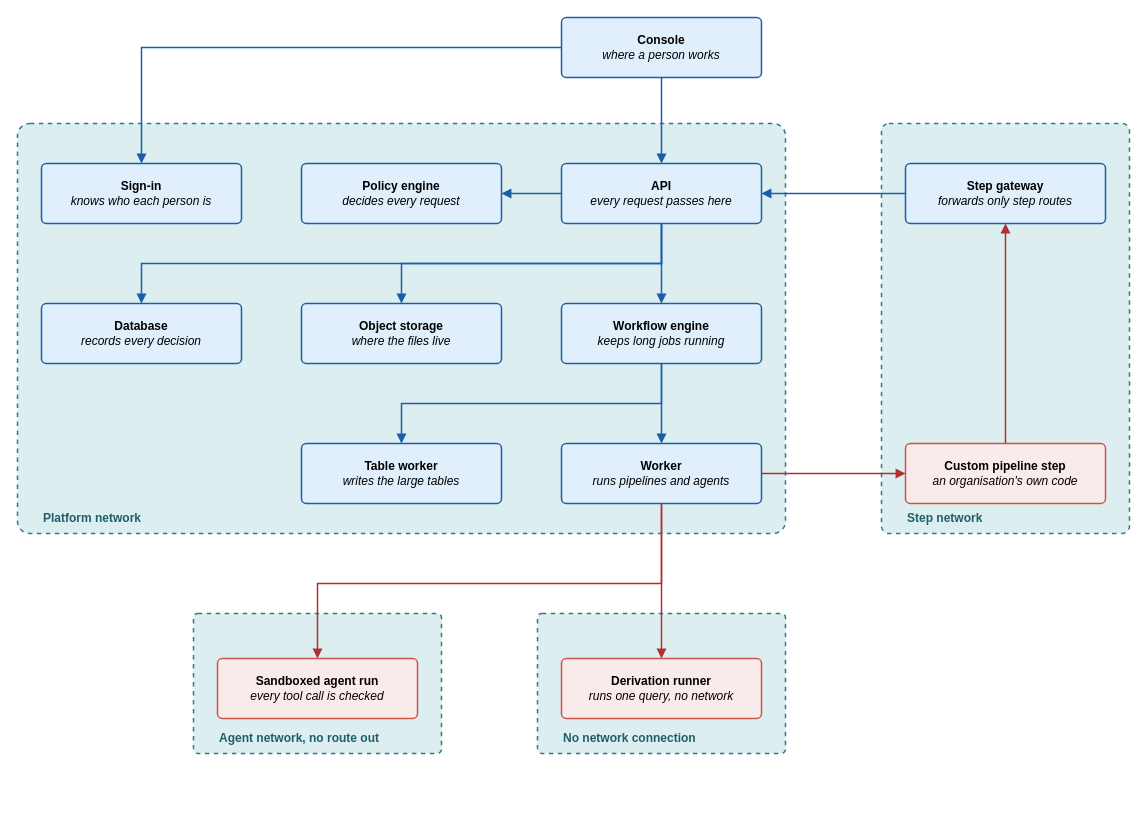
The draw.io diagram docs/public/diagrams/system-architecture.drawio in albinjacob/munitas, before the edit. Source tidied: cells renumbered, new cells numbered last; positions are measured from the earlier drawing's top-left corner, leaving out a move shared by most shapes. Both pictures are drawn from the tidied source at 100%, with x=0, y=0 at pixel (17, 17).
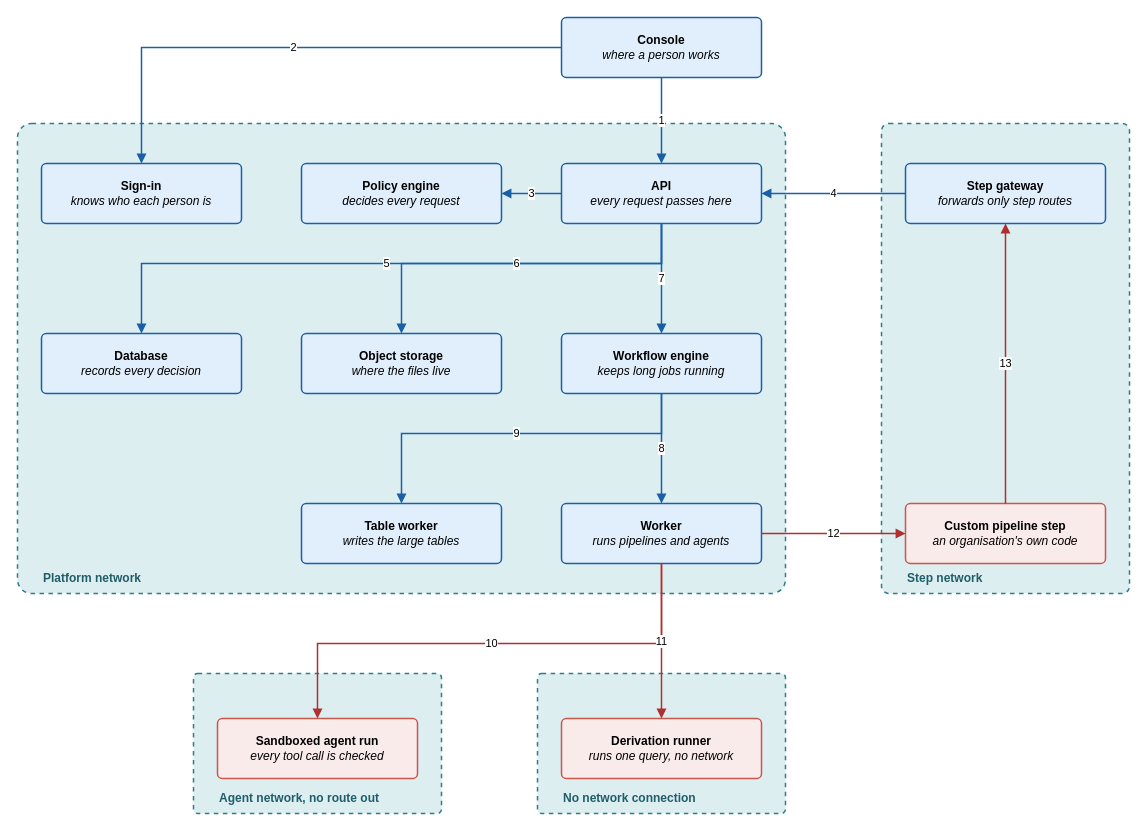
Above is the later version.

Unchanged cells that the change refers to:
```xml
<mxCell id="6" value="&lt;b&gt;Console&lt;/b&gt;&lt;br&gt;&lt;i&gt;where a person works&lt;/i&gt;" style="rounded=1;arcSize=8;whiteSpace=wrap;html=1;fillColor=#E1EEFC;strokeColor=#1A5FA8;strokeWidth=1.5;fontSize=12;" parent="1" vertex="1">
  <mxGeometry x="544" width="200" height="60" as="geometry" />
</mxCell>
<mxCell id="7" value="&lt;b&gt;Sign-in&lt;/b&gt;&lt;br&gt;&lt;i&gt;knows who each person is&lt;/i&gt;" style="rounded=1;arcSize=8;whiteSpace=wrap;html=1;fillColor=#E1EEFC;strokeColor=#1A5FA8;strokeWidth=1.5;fontSize=12;" parent="2" vertex="1">
  <mxGeometry x="24" y="40" width="200" height="60" as="geometry" />
</mxCell>
<mxCell id="8" value="&lt;b&gt;Policy engine&lt;/b&gt;&lt;br&gt;&lt;i&gt;decides every request&lt;/i&gt;" style="rounded=1;arcSize=8;whiteSpace=wrap;html=1;fillColor=#E1EEFC;strokeColor=#1A5FA8;strokeWidth=1.5;fontSize=12;" parent="2" vertex="1">
  <mxGeometry x="284" y="40" width="200" height="60" as="geometry" />
</mxCell>
<mxCell id="9" value="&lt;b&gt;API&lt;/b&gt;&lt;br&gt;&lt;i&gt;every request passes here&lt;/i&gt;" style="rounded=1;arcSize=8;whiteSpace=wrap;html=1;fillColor=#E1EEFC;strokeColor=#1A5FA8;strokeWidth=1.5;fontSize=12;" parent="2" vertex="1">
  <mxGeometry x="544" y="40" width="200" height="60" as="geometry" />
</mxCell>
<mxCell id="15" value="&lt;b&gt;Step gateway&lt;/b&gt;&lt;br&gt;&lt;i&gt;forwards only step routes&lt;/i&gt;" style="rounded=1;arcSize=8;whiteSpace=wrap;html=1;fillColor=#E1EEFC;strokeColor=#1A5FA8;strokeWidth=1.5;fontSize=12;" parent="3" vertex="1">
  <mxGeometry x="24" y="40" width="200" height="60" as="geometry" />
</mxCell>
<mxCell id="17" value="&lt;b&gt;Sandboxed agent run&lt;/b&gt;&lt;br&gt;&lt;i&gt;every tool call is checked&lt;/i&gt;" style="rounded=1;arcSize=8;whiteSpace=wrap;html=1;fillColor=#FAEBEB;strokeColor=#C9564A;strokeWidth=1.5;fontSize=12;" parent="4" vertex="1">
  <mxGeometry x="24" y="45" width="200" height="60" as="geometry" />
</mxCell>
<mxCell id="18" value="&lt;b&gt;Derivation runner&lt;/b&gt;&lt;br&gt;&lt;i&gt;runs one query, no network&lt;/i&gt;" style="rounded=1;arcSize=8;whiteSpace=wrap;html=1;fillColor=#FAEBEB;strokeColor=#C9564A;strokeWidth=1.5;fontSize=12;" parent="5" vertex="1">
  <mxGeometry x="24" y="45" width="200" height="60" as="geometry" />
</mxCell>
```

The edit, as a diff of the source:
```diff
@@
     <mxCell id="2" value="Platform network" style="rounded=1;arcSize=3;whiteSpace=wrap;html=1;dashed=1;verticalAlign=bottom;align=left;spacingLeft=24;spacingBottom=6;fontSize=12;fontStyle=1;fontColor=#1F5D68;fillColor=#DDEEF0;strokeColor=#2E7D8A;strokeWidth=1.5;" parent="1" vertex="1">
-      <mxGeometry y="106" width="768" height="410" as="geometry" />
+      <mxGeometry y="106" width="768" height="470" as="geometry" />
     </mxCell>
     <mxCell id="3" value="Step network" style="rounded=1;arcSize=3;whiteSpace=wrap;html=1;dashed=1;verticalAlign=bottom;align=left;spacingLeft=24;spacingBottom=6;fontSize=12;fontStyle=1;fontColor=#1F5D68;fillColor=#DDEEF0;strokeColor=#2E7D8A;strokeWidth=1.5;" parent="1" vertex="1">
-      <mxGeometry x="864" y="106" width="248" height="410" as="geometry" />
+      <mxGeometry x="864" y="106" width="248" height="470" as="geometry" />
     </mxCell>
     <mxCell id="4" value="Agent network, no route out" style="rounded=1;arcSize=3;whiteSpace=wrap;html=1;dashed=1;verticalAlign=bottom;align=left;spacingLeft=24;spacingBottom=6;fontSize=12;fontStyle=1;fontColor=#1F5D68;fillColor=#DDEEF0;strokeColor=#2E7D8A;strokeWidth=1.5;" parent="1" vertex="1">
-      <mxGeometry x="176" y="596" width="248" height="140" as="geometry" />
+      <mxGeometry x="176" y="656" width="248" height="140" as="geometry" />
     </mxCell>
     <mxCell id="5" value="No network connection" style="rounded=1;arcSize=3;whiteSpace=wrap;html=1;dashed=1;verticalAlign=bottom;align=left;spacingLeft=24;spacingBottom=6;fontSize=12;fontStyle=1;fontColor=#1F5D68;fillColor=#DDEEF0;strokeColor=#2E7D8A;strokeWidth=1.5;" parent="1" vertex="1">
-      <mxGeometry x="520" y="596" width="248" height="140" as="geometry" />
+      <mxGeometry x="520" y="656" width="248" height="140" as="geometry" />
     </mxCell>
@@
     <mxCell id="10" value="&lt;b&gt;Database&lt;/b&gt;&lt;br&gt;&lt;i&gt;records every decision&lt;/i&gt;" style="rounded=1;arcSize=8;whiteSpace=wrap;html=1;fillColor=#E1EEFC;strokeColor=#1A5FA8;strokeWidth=1.5;fontSize=12;" parent="2" vertex="1">
-      <mxGeometry x="24" y="180" width="200" height="60" as="geometry" />
+      <mxGeometry x="24" y="210" width="200" height="60" as="geometry" />
     </mxCell>
     <mxCell id="11" value="&lt;b&gt;Object storage&lt;/b&gt;&lt;br&gt;&lt;i&gt;where the files live&lt;/i&gt;" style="rounded=1;arcSize=8;whiteSpace=wrap;html=1;fillColor=#E1EEFC;strokeColor=#1A5FA8;strokeWidth=1.5;fontSize=12;" parent="2" vertex="1">
-      <mxGeometry x="284" y="180" width="200" height="60" as="geometry" />
+      <mxGeometry x="284" y="210" width="200" height="60" as="geometry" />
     </mxCell>
     <mxCell id="12" value="&lt;b&gt;Workflow engine&lt;/b&gt;&lt;br&gt;&lt;i&gt;keeps long jobs running&lt;/i&gt;" style="rounded=1;arcSize=8;whiteSpace=wrap;html=1;fillColor=#E1EEFC;strokeColor=#1A5FA8;strokeWidth=1.5;fontSize=12;" parent="2" vertex="1">
-      <mxGeometry x="544" y="180" width="200" height="60" as="geometry" />
+      <mxGeometry x="544" y="210" width="200" height="60" as="geometry" />
     </mxCell>
     <mxCell id="13" value="&lt;b&gt;Table worker&lt;/b&gt;&lt;br&gt;&lt;i&gt;writes the large tables&lt;/i&gt;" style="rounded=1;arcSize=8;whiteSpace=wrap;html=1;fillColor=#E1EEFC;strokeColor=#1A5FA8;strokeWidth=1.5;fontSize=12;" parent="2" vertex="1">
-      <mxGeometry x="284" y="320" width="200" height="60" as="geometry" />
+      <mxGeometry x="284" y="380" width="200" height="60" as="geometry" />
     </mxCell>
     <mxCell id="14" value="&lt;b&gt;Worker&lt;/b&gt;&lt;br&gt;&lt;i&gt;runs pipelines and agents&lt;/i&gt;" style="rounded=1;arcSize=8;whiteSpace=wrap;html=1;fillColor=#E1EEFC;strokeColor=#1A5FA8;strokeWidth=1.5;fontSize=12;" parent="2" vertex="1">
-      <mxGeometry x="544" y="320" width="200" height="60" as="geometry" />
+      <mxGeometry x="544" y="380" width="200" height="60" as="geometry" />
     </mxCell>
@@
     <mxCell id="16" value="&lt;b&gt;Custom pipeline step&lt;/b&gt;&lt;br&gt;&lt;i&gt;an organisation's own code&lt;/i&gt;" style="rounded=1;arcSize=8;whiteSpace=wrap;html=1;fillColor=#FAEBEB;strokeColor=#C9564A;strokeWidth=1.5;fontSize=12;" parent="3" vertex="1">
-      <mxGeometry x="24" y="320" width="200" height="60" as="geometry" />
+      <mxGeometry x="24" y="380" width="200" height="60" as="geometry" />
     </mxCell>
@@
-    <mxCell id="19" style="edgeStyle=orthogonalEdgeStyle;rounded=0;html=1;strokeColor=#1A5FA8;strokeWidth=1.5;endArrow=block;endFill=1;targetPerimeterSpacing=10;exitX=0.5;exitY=1;exitDx=0;exitDy=0;entryX=0.5;entryY=0;entryDx=0;entryDy=0;" parent="1" edge="1" source="6" target="9">
+    <mxCell id="19" value="1" style="edgeStyle=orthogonalEdgeStyle;rounded=0;html=1;strokeColor=#1A5FA8;strokeWidth=1.5;endArrow=block;endFill=1;targetPerimeterSpacing=10;exitX=0.5;exitY=1;exitDx=0;exitDy=0;entryX=0.5;entryY=0;entryDx=0;entryDy=0;" parent="1" edge="1" source="6" target="9">
       <mxGeometry relative="1" as="geometry" />
     </mxCell>
-    <mxCell id="20" style="edgeStyle=orthogonalEdgeStyle;rounded=0;html=1;strokeColor=#1A5FA8;strokeWidth=1.5;endArrow=block;endFill=1;targetPerimeterSpacing=10;exitX=0;exitY=0.5;exitDx=0;exitDy=0;entryX=0.5;entryY=0;entryDx=0;entryDy=0;" parent="1" edge="1" source="6" target="7">
+    <mxCell id="20" value="2" style="edgeStyle=orthogonalEdgeStyle;rounded=0;html=1;strokeColor=#1A5FA8;strokeWidth=1.5;endArrow=block;endFill=1;targetPerimeterSpacing=10;exitX=0;exitY=0.5;exitDx=0;exitDy=0;entryX=0.5;entryY=0;entryDx=0;entryDy=0;" parent="1" edge="1" source="6" target="7">
       <mxGeometry relative="1" as="geometry">
         <Array as="points">
           <mxPoint x="124" y="30" />
         </Array>
       </mxGeometry>
     </mxCell>
-    <mxCell id="21" style="edgeStyle=orthogonalEdgeStyle;rounded=0;html=1;strokeColor=#1A5FA8;strokeWidth=1.5;endArrow=block;endFill=1;targetPerimeterSpacing=10;exitX=0;exitY=0.5;exitDx=0;exitDy=0;entryX=1;entryY=0.5;entryDx=0;entryDy=0;" parent="1" edge="1" source="9" target="8">
+    <mxCell id="21" value="3" style="edgeStyle=orthogonalEdgeStyle;rounded=0;html=1;strokeColor=#1A5FA8;strokeWidth=1.5;endArrow=block;endFill=1;targetPerimeterSpacing=10;exitX=0;exitY=0.5;exitDx=0;exitDy=0;entryX=1;entryY=0.5;entryDx=0;entryDy=0;" parent="1" edge="1" source="9" target="8">
       <mxGeometry relative="1" as="geometry" />
     </mxCell>
-    <mxCell id="22" style="edgeStyle=orthogonalEdgeStyle;rounded=0;html=1;strokeColor=#1A5FA8;strokeWidth=1.5;endArrow=block;endFill=1;targetPerimeterSpacing=10;exitX=0;exitY=0.5;exitDx=0;exitDy=0;entryX=1;entryY=0.5;entryDx=0;entryDy=0;" parent="1" edge="1" source="15" target="9">
+    <mxCell id="22" value="4" style="edgeStyle=orthogonalEdgeStyle;rounded=0;html=1;strokeColor=#1A5FA8;strokeWidth=1.5;endArrow=block;endFill=1;targetPerimeterSpacing=10;exitX=0;exitY=0.5;exitDx=0;exitDy=0;entryX=1;entryY=0.5;entryDx=0;entryDy=0;" parent="1" edge="1" source="15" target="9">
       <mxGeometry relative="1" as="geometry" />
     </mxCell>
-    <mxCell id="23" style="edgeStyle=orthogonalEdgeStyle;rounded=0;html=1;strokeColor=#1A5FA8;strokeWidth=1.5;endArrow=block;endFill=1;targetPerimeterSpacing=10;exitX=0.5;exitY=1;exitDx=0;exitDy=0;entryX=0.5;entryY=0;entryDx=0;entryDy=0;" parent="1" edge="1" source="9" target="10">
+    <mxCell id="23" value="5" style="edgeStyle=orthogonalEdgeStyle;rounded=0;html=1;strokeColor=#1A5FA8;strokeWidth=1.5;endArrow=block;endFill=1;targetPerimeterSpacing=10;exitX=0.5;exitY=1;exitDx=0;exitDy=0;entryX=0.5;entryY=0;entryDx=0;entryDy=0;" parent="1" edge="1" source="9" target="10">
       <mxGeometry relative="1" as="geometry">
         <Array as="points">
           <mxPoint x="644" y="246" />
           <mxPoint x="124" y="246" />
         </Array>
       </mxGeometry>
     </mxCell>
-    <mxCell id="24" style="edgeStyle=orthogonalEdgeStyle;rounded=0;html=1;strokeColor=#1A5FA8;strokeWidth=1.5;endArrow=block;endFill=1;targetPerimeterSpacing=10;exitX=0.5;exitY=1;exitDx=0;exitDy=0;entryX=0.5;entryY=0;entryDx=0;entryDy=0;" parent="1" edge="1" source="9" target="11">
+    <mxCell id="24" value="6" style="edgeStyle=orthogonalEdgeStyle;rounded=0;html=1;strokeColor=#1A5FA8;strokeWidth=1.5;endArrow=block;endFill=1;targetPerimeterSpacing=10;exitX=0.5;exitY=1;exitDx=0;exitDy=0;entryX=0.5;entryY=0;entryDx=0;entryDy=0;" parent="1" edge="1" source="9" target="11">
       <mxGeometry relative="1" as="geometry">
         <Array as="points">
           <mxPoint x="644" y="246" />
           <mxPoint x="384" y="246" />
         </Array>
       </mxGeometry>
     </mxCell>
-    <mxCell id="25" style="edgeStyle=orthogonalEdgeStyle;rounded=0;html=1;strokeColor=#1A5FA8;strokeWidth=1.5;endArrow=block;endFill=1;targetPerimeterSpacing=10;exitX=0.5;exitY=1;exitDx=0;exitDy=0;entryX=0.5;entryY=0;entryDx=0;entryDy=0;" parent="1" edge="1" source="9" target="12">
+    <mxCell id="25" value="7" style="edgeStyle=orthogonalEdgeStyle;rounded=0;html=1;strokeColor=#1A5FA8;strokeWidth=1.5;endArrow=block;endFill=1;targetPerimeterSpacing=10;exitX=0.5;exitY=1;exitDx=0;exitDy=0;entryX=0.5;entryY=0;entryDx=0;entryDy=0;" parent="1" edge="1" source="9" target="12">
       <mxGeometry relative="1" as="geometry" />
     </mxCell>
-    <mxCell id="26" style="edgeStyle=orthogonalEdgeStyle;rounded=0;html=1;strokeColor=#1A5FA8;strokeWidth=1.5;endArrow=block;endFill=1;targetPerimeterSpacing=10;exitX=0.5;exitY=1;exitDx=0;exitDy=0;entryX=0.5;entryY=0;entryDx=0;entryDy=0;" parent="1" edge="1" source="12" target="14">
+    <mxCell id="26" value="8" style="edgeStyle=orthogonalEdgeStyle;rounded=0;html=1;strokeColor=#1A5FA8;strokeWidth=1.5;endArrow=block;endFill=1;targetPerimeterSpacing=10;exitX=0.5;exitY=1;exitDx=0;exitDy=0;entryX=0.5;entryY=0;entryDx=0;entryDy=0;" parent="1" edge="1" source="12" target="14">
       <mxGeometry relative="1" as="geometry" />
     </mxCell>
-    <mxCell id="27" style="edgeStyle=orthogonalEdgeStyle;rounded=0;html=1;strokeColor=#1A5FA8;strokeWidth=1.5;endArrow=block;endFill=1;targetPerimeterSpacing=10;exitX=0.5;exitY=1;exitDx=0;exitDy=0;entryX=0.5;entryY=0;entryDx=0;entryDy=0;" parent="1" edge="1" source="12" target="13">
+    <mxCell id="27" value="9" style="edgeStyle=orthogonalEdgeStyle;rounded=0;html=1;strokeColor=#1A5FA8;strokeWidth=1.5;endArrow=block;endFill=1;targetPerimeterSpacing=10;exitX=0.5;exitY=1;exitDx=0;exitDy=0;entryX=0.5;entryY=0;entryDx=0;entryDy=0;" parent="1" edge="1" source="12" target="13">
       <mxGeometry relative="1" as="geometry">
         <Array as="points">
-          <mxPoint x="644" y="386" />
-          <mxPoint x="384" y="386" />
+          <mxPoint x="644" y="416" />
+          <mxPoint x="384" y="416" />
         </Array>
       </mxGeometry>
     </mxCell>
-    <mxCell id="28" style="edgeStyle=orthogonalEdgeStyle;rounded=0;html=1;strokeColor=#B03030;strokeWidth=1.5;endArrow=block;endFill=1;targetPerimeterSpacing=10;exitX=0.5;exitY=1;exitDx=0;exitDy=0;entryX=0.5;entryY=0;entryDx=0;entryDy=0;" parent="1" edge="1" source="14" target="17">
+    <mxCell id="28" value="10" style="edgeStyle=orthogonalEdgeStyle;rounded=0;html=1;strokeColor=#B03030;strokeWidth=1.5;endArrow=block;endFill=1;targetPerimeterSpacing=10;exitX=0.5;exitY=1;exitDx=0;exitDy=0;entryX=0.5;entryY=0;entryDx=0;entryDy=0;" parent="1" edge="1" source="14" target="17">
       <mxGeometry relative="1" as="geometry">
         <Array as="points">
-          <mxPoint x="644" y="566" />
-          <mxPoint x="300" y="566" />
+          <mxPoint x="644" y="626" />
+          <mxPoint x="300" y="626" />
         </Array>
       </mxGeometry>
     </mxCell>
-    <mxCell id="29" style="edgeStyle=orthogonalEdgeStyle;rounded=0;html=1;strokeColor=#B03030;strokeWidth=1.5;endArrow=block;endFill=1;targetPerimeterSpacing=10;exitX=0.5;exitY=1;exitDx=0;exitDy=0;entryX=0.5;entryY=0;entryDx=0;entryDy=0;" parent="1" edge="1" source="14" target="18">
+    <mxCell id="29" value="11" style="edgeStyle=orthogonalEdgeStyle;rounded=0;html=1;strokeColor=#B03030;strokeWidth=1.5;endArrow=block;endFill=1;targetPerimeterSpacing=10;exitX=0.5;exitY=1;exitDx=0;exitDy=0;entryX=0.5;entryY=0;entryDx=0;entryDy=0;" parent="1" edge="1" source="14" target="18">
       <mxGeometry relative="1" as="geometry" />
     </mxCell>
-    <mxCell id="30" style="edgeStyle=orthogonalEdgeStyle;rounded=0;html=1;strokeColor=#B03030;strokeWidth=1.5;endArrow=block;endFill=1;targetPerimeterSpacing=10;exitX=1;exitY=0.5;exitDx=0;exitDy=0;entryX=0;entryY=0.5;entryDx=0;entryDy=0;" parent="1" edge="1" source="14" target="16">
+    <mxCell id="30" value="12" style="edgeStyle=orthogonalEdgeStyle;rounded=0;html=1;strokeColor=#B03030;strokeWidth=1.5;endArrow=block;endFill=1;targetPerimeterSpacing=10;exitX=1;exitY=0.5;exitDx=0;exitDy=0;entryX=0;entryY=0.5;entryDx=0;entryDy=0;" parent="1" edge="1" source="14" target="16">
       <mxGeometry relative="1" as="geometry" />
     </mxCell>
-    <mxCell id="31" style="edgeStyle=orthogonalEdgeStyle;rounded=0;html=1;strokeColor=#B03030;strokeWidth=1.5;endArrow=block;endFill=1;targetPerimeterSpacing=10;exitX=0.5;exitY=0;exitDx=0;exitDy=0;entryX=0.5;entryY=1;entryDx=0;entryDy=0;" parent="1" edge="1" source="16" target="15">
+    <mxCell id="31" value="13" style="edgeStyle=orthogonalEdgeStyle;rounded=0;html=1;strokeColor=#B03030;strokeWidth=1.5;endArrow=block;endFill=1;targetPerimeterSpacing=10;exitX=0.5;exitY=0;exitDx=0;exitDy=0;entryX=0.5;entryY=1;entryDx=0;entryDy=0;" parent="1" edge="1" source="16" target="15">
       <mxGeometry relative="1" as="geometry" />
     </mxCell>
```
